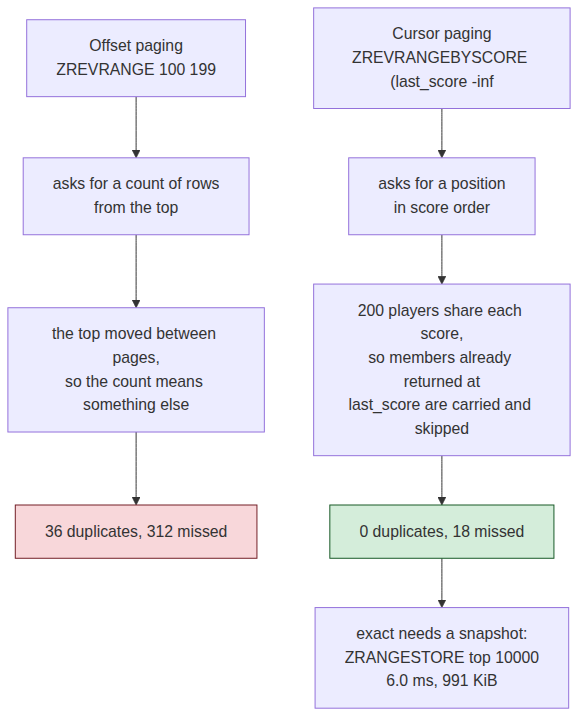
The Mermaid diagram markdown/system-design-interview/assets/006/04-cursor.png in haraGADygyl/medium-python-articles, before a commit. Its source is kept beside it as markdown/system-design-interview/assets/006/04-cursor.mmd. Source of this version:
```mermaid
flowchart TD
    O["Offset paging<br/>ZREVRANGE 100 199"] --> O1["asks for a count of rows<br/>from the top"]
    O1 --> O2["the top moved between pages,<br/>so the count means something else"]
    O2 --> O3["36 duplicates, 312 missed"]
    K["Cursor paging<br/>ZREVRANGEBYSCORE (last_score -inf"] --> K1["asks for a position<br/>in score order"]
    K1 --> K2["200 players share each score,<br/>so members already returned at<br/>last_score are carried and skipped"]
    K2 --> K3["0 duplicates, 18 missed"]
    K3 --> K4["exact needs a snapshot:<br/>ZRANGESTORE top 10000<br/>6.0 ms, 991 KiB"]
    style O3 fill:#f8d7da,stroke:#721c24
    style K3 fill:#d4edda,stroke:#155724
```
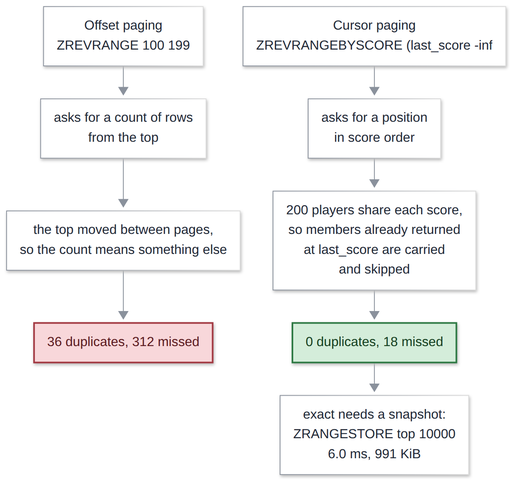
The same file after the commit.

Change to the diagram source:
```diff
@@ -3,8 +3,10 @@
     O1 --> O2["the top moved between pages,<br/>so the count means something else"]
     O2 --> O3["36 duplicates, 312 missed"]
     K["Cursor paging<br/>ZREVRANGEBYSCORE (last_score -inf"] --> K1["asks for a position<br/>in score order"]
-    K1 --> K2["200 players share each score,<br/>so members already returned at<br/>last_score are carried and skipped"]
+    K1 --> K2["200 players share each score,<br/>so members already returned<br/>at last_score are carried<br/>and skipped"]
     K2 --> K3["0 duplicates, 18 missed"]
     K3 --> K4["exact needs a snapshot:<br/>ZRANGESTORE top 10000<br/>6.0 ms, 991 KiB"]
-    style O3 fill:#f8d7da,stroke:#721c24
-    style K3 fill:#d4edda,stroke:#155724
+    classDef ok fill:#d4edda,stroke:#2f7a45,stroke-width:2px,color:#14401f
+    classDef bad fill:#f8d7da,stroke:#a33a43,stroke-width:2px,color:#5c1a20
+    class K3 ok
+    class O3 bad
```
